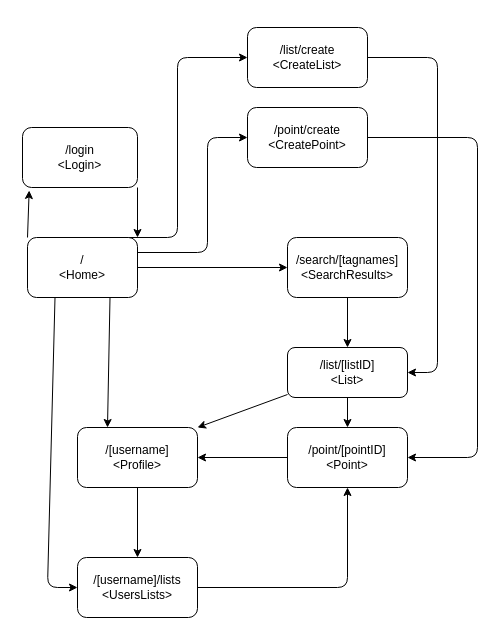
kostasx/geopoints keeps this draw.io diagram as planning/FEDiagrams/routes.drawio. Above is the earlier version. Source tidied: cells renumbered, new cells numbered last; positions are measured from the earlier drawing's top-left corner, leaving out a move shared by most shapes. Both pictures are drawn from the tidied source at 100%, with x=0, y=0 at pixel (22, 27).
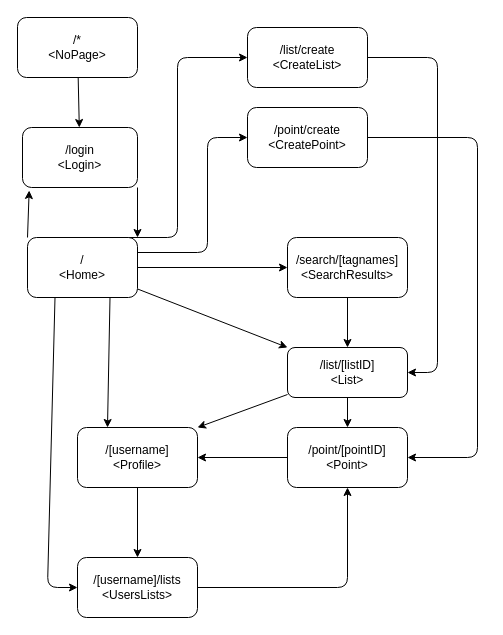
After the change.

The change refers to these unchanged cells:
```xml
<mxCell id="8" value="/&lt;br&gt;&amp;lt;Home&amp;gt;" style="rounded=1;whiteSpace=wrap;html=1;" parent="1" vertex="1">
  <mxGeometry x="5" y="210" width="110" height="60" as="geometry" />
</mxCell>
<mxCell id="10" value="/login&lt;br&gt;&amp;lt;Login&amp;gt;" style="rounded=1;whiteSpace=wrap;html=1;" parent="1" vertex="1">
  <mxGeometry y="100" width="115" height="60" as="geometry" />
</mxCell>
<mxCell id="17" value="/list/[listID]&lt;br&gt;&amp;lt;List&amp;gt;" style="rounded=1;whiteSpace=wrap;html=1;" parent="1" vertex="1">
  <mxGeometry x="265" y="320" width="120" height="50" as="geometry" />
</mxCell>
```

The edit, as a diff of the source:
```diff
@@
+    <mxCell id="26" style="edgeStyle=none;html=1;entryX=0;entryY=0;entryDx=0;entryDy=0;" parent="1" edge="1" source="8" target="17">
+      <mxGeometry relative="1" as="geometry" />
+    </mxCell>
@@
+    <mxCell id="27" style="edgeStyle=none;html=1;" parent="1" edge="1" source="28" target="10">
+      <mxGeometry relative="1" as="geometry" />
+    </mxCell>
+    <mxCell id="28" value="/*&lt;br&gt;&amp;lt;NoPage&amp;gt;" style="rounded=1;whiteSpace=wrap;html=1;" parent="1" vertex="1">
+      <mxGeometry x="-5" y="-10" width="120" height="60" as="geometry" />
+    </mxCell>
```
